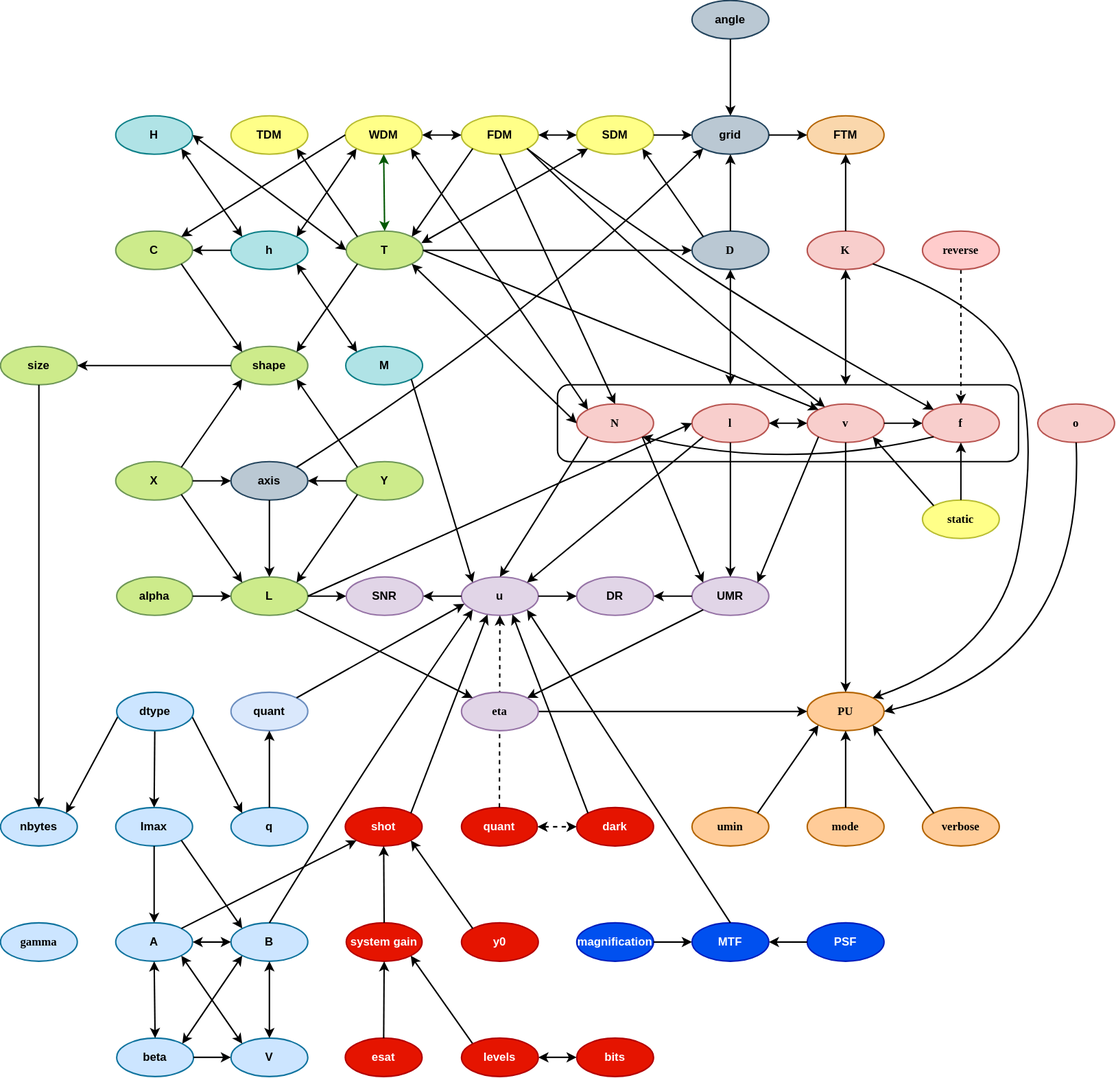
The draw.io diagram docs/readme/interdependencies.svg in comimag/Fringes, before a commit. Source tidied: cells renumbered, new cells last; positions are measured from the earlier drawing's top-left corner, leaving out a move shared by most shapes.
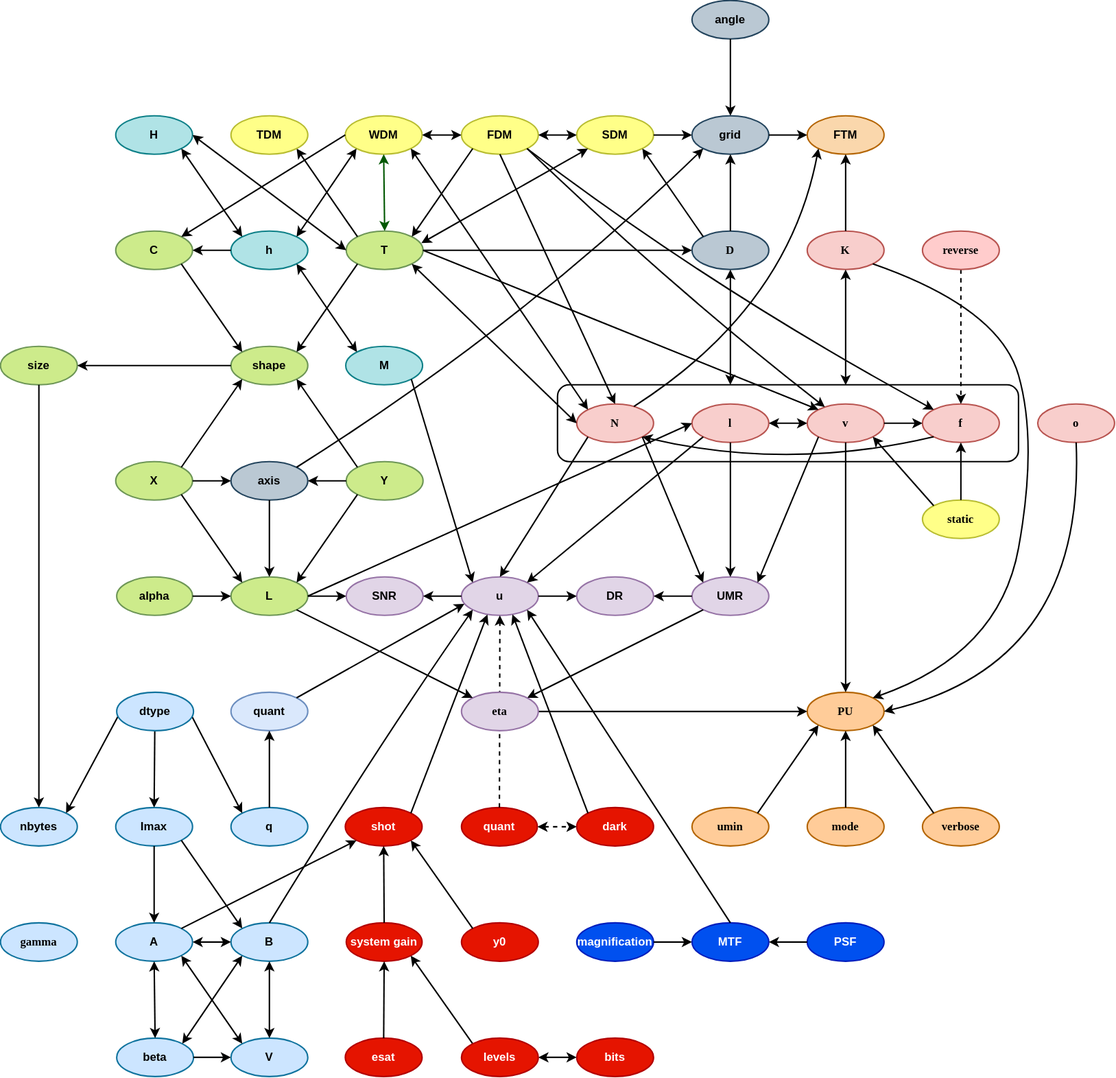
The same diagram one commit later.

Diff of the diagram source:
```diff
@@ -72,7 +72,7 @@
     <mxCell id="23" style="endArrow=classic;html=1;rounded=1;exitX=0.5;exitY=0;exitDx=0;exitDy=0;entryX=0.5;entryY=1;entryDx=0;entryDy=0;fontStyle=1;shadow=0;strokeWidth=1.5;labelBorderColor=none;" parent="1" edge="1" source="10" target="8">
       <mxGeometry relative="1" as="geometry" />
     </mxCell>
-    <mxCell id="24" value="SSB" style="ellipse;whiteSpace=wrap;html=1;fontStyle=1;fillColor=#fad7ac;strokeColor=#b46504;shadow=0;strokeWidth=1.5;labelBorderColor=none;" parent="1" vertex="1">
+    <mxCell id="24" value="FTM" style="ellipse;whiteSpace=wrap;html=1;fontStyle=1;fillColor=#fad7ac;strokeColor=#b46504;shadow=0;strokeWidth=1.5;labelBorderColor=none;" parent="1" vertex="1">
       <mxGeometry x="840" y="120" width="80" height="40" as="geometry" />
     </mxCell>
     <mxCell id="25" value="grid" style="ellipse;whiteSpace=wrap;html=1;fontStyle=1;fillColor=#bac8d3;strokeColor=#23445D;shadow=0;strokeWidth=1.5;labelBorderColor=none;" parent="1" vertex="1">
@@ -505,5 +505,12 @@
     <mxCell id="154" value="levels" style="ellipse;whiteSpace=wrap;html=1;fillColor=#e51400;fontColor=#ffffff;strokeColor=#B20000;fontStyle=1;strokeWidth=1.5;" parent="1" vertex="1">
       <mxGeometry x="480" y="1080" width="80" height="40" as="geometry" />
     </mxCell>
+    <mxCell id="155" style="endArrow=classic;html=1;curved=1;exitX=0.744;exitY=0.063;exitDx=0;exitDy=0;entryX=0;entryY=1;entryDx=0;entryDy=0;fontStyle=1;shadow=0;strokeWidth=1.5;labelBorderColor=none;exitPerimeter=0;" parent="1" edge="1" source="4" target="24">
+      <mxGeometry relative="1" as="geometry">
+        <Array as="points">
+          <mxPoint x="820" y="320" />
+        </Array>
+      </mxGeometry>
+    </mxCell>
   </root>
 </mxGraphModel>
```
